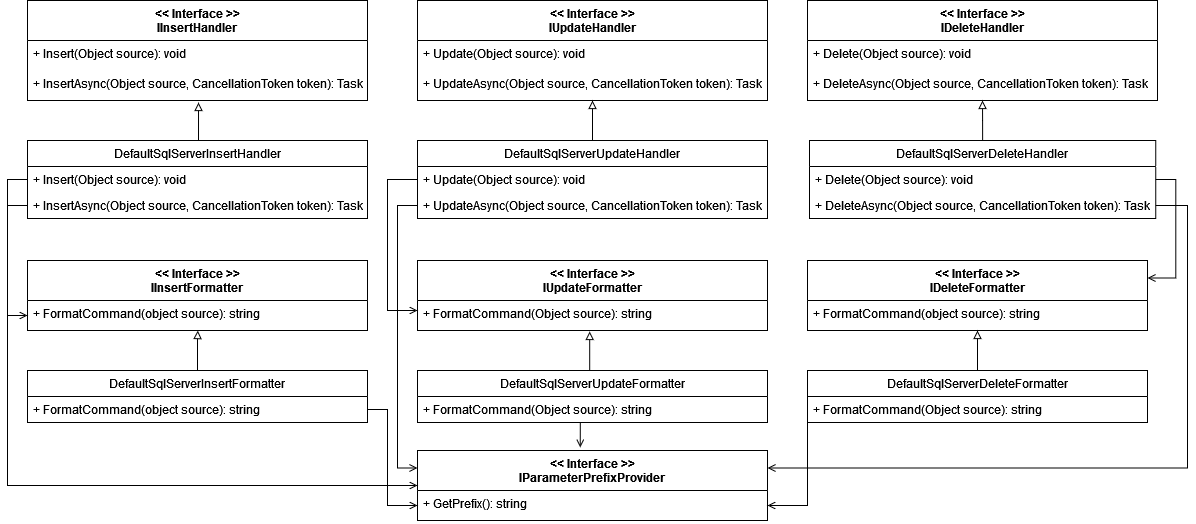
This is Uml/class_persistency.png from entityMT/entityMT, a draw.io export, as it was before one commit. Source tidied: cells renumbered, new cells last; positions are measured from the earlier drawing's top-left corner, leaving out a move shared by most shapes.
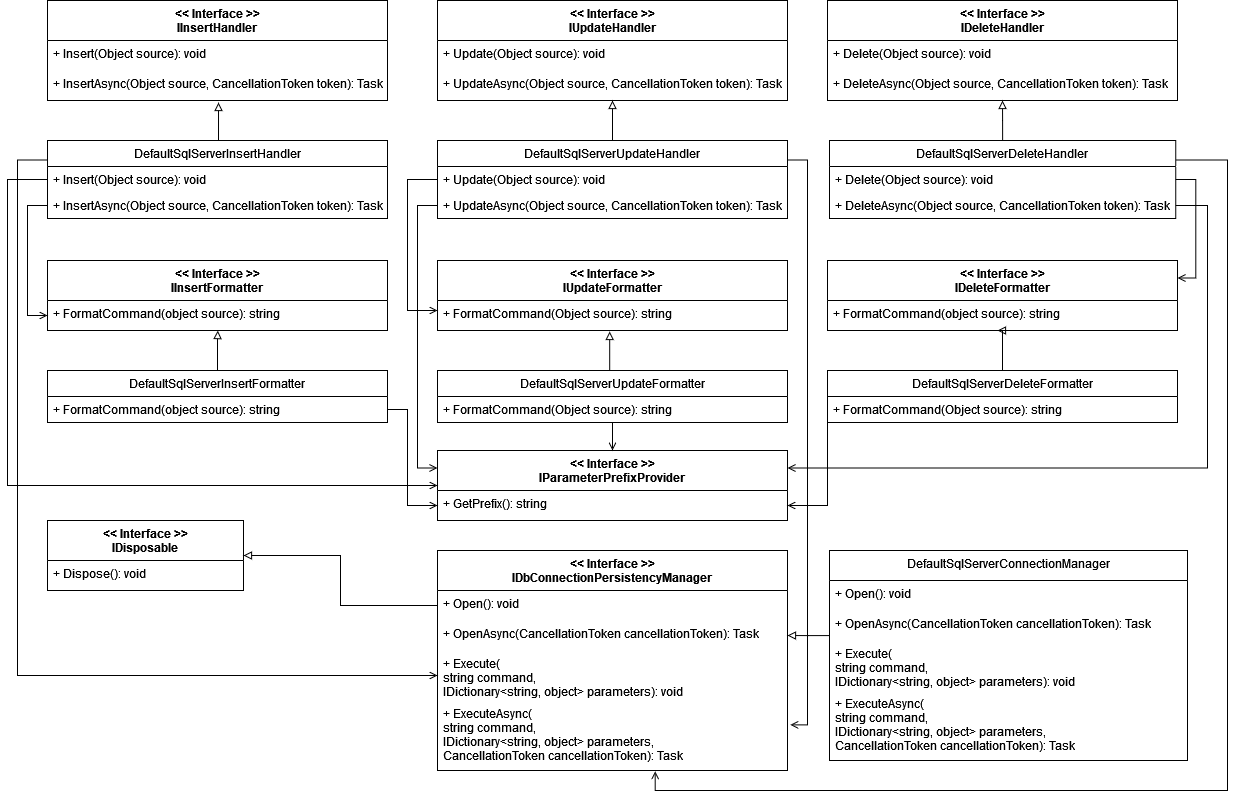
After the commit.

Commit message:
Refresh uml diagrams

The edit, as a diff of the source:
```diff
@@ -32,6 +32,14 @@
     <mxCell id="11" style="edgeStyle=orthogonalEdgeStyle;rounded=0;jettySize=auto;html=1;exitX=0.5;exitY=0;exitDx=0;exitDy=0;entryX=0.503;entryY=1.067;entryDx=0;entryDy=0;entryPerimeter=0;endArrow=block;endFill=0;" parent="1" edge="1" source="12" target="4">
       <mxGeometry relative="1" as="geometry" />
     </mxCell>
+    <mxCell id="49" style="edgeStyle=orthogonalEdgeStyle;rounded=0;jettySize=auto;html=1;exitX=0;exitY=0.25;exitDx=0;exitDy=0;endArrow=open;endFill=0;" parent="1" edge="1" source="12" target="55">
+      <mxGeometry relative="1" as="geometry">
+        <Array as="points">
+          <mxPoint x="-10" y="159" />
+          <mxPoint x="-10" y="675" />
+        </Array>
+      </mxGeometry>
+    </mxCell>
     <mxCell id="12" value="DefaultSqlServerInsertHandler" style="swimlane;fontStyle=0;horizontal=1;startSize=26;fillColor=none;" parent="1" vertex="1">
       <mxGeometry x="20" y="140" width="340" height="78" as="geometry" />
     </mxCell>
@@ -44,6 +52,15 @@
     <mxCell id="15" style="edgeStyle=orthogonalEdgeStyle;rounded=0;jettySize=auto;html=1;exitX=0.5;exitY=0;exitDx=0;exitDy=0;endArrow=block;endFill=0;entryX=0.5;entryY=1;entryDx=0;entryDy=0;" parent="1" edge="1" source="16" target="8">
       <mxGeometry relative="1" as="geometry" />
     </mxCell>
+    <mxCell id="50" style="edgeStyle=orthogonalEdgeStyle;rounded=0;jettySize=auto;html=1;exitX=1;exitY=0.25;exitDx=0;exitDy=0;endArrow=open;endFill=0;entryX=0.622;entryY=1.011;entryDx=0;entryDy=0;entryPerimeter=0;" parent="1" edge="1" source="16" target="56">
+      <mxGeometry relative="1" as="geometry">
+        <Array as="points">
+          <mxPoint x="1200" y="159" />
+          <mxPoint x="1200" y="790" />
+          <mxPoint x="628" y="790" />
+        </Array>
+      </mxGeometry>
+    </mxCell>
     <mxCell id="16" value="DefaultSqlServerDeleteHandler" style="swimlane;fontStyle=0;horizontal=1;startSize=26;fillColor=none;" parent="1" vertex="1">
       <mxGeometry x="802" y="140" width="346.2" height="78" as="geometry" />
     </mxCell>
@@ -62,6 +79,9 @@
     <mxCell id="21" style="edgeStyle=orthogonalEdgeStyle;rounded=0;jettySize=auto;html=1;exitX=0.5;exitY=0;exitDx=0;exitDy=0;entryX=0.5;entryY=1;entryDx=0;entryDy=0;entryPerimeter=0;endArrow=block;endFill=0;" parent="1" edge="1" source="22" target="7">
       <mxGeometry relative="1" as="geometry" />
     </mxCell>
+    <mxCell id="51" style="edgeStyle=orthogonalEdgeStyle;rounded=0;jettySize=auto;html=1;exitX=1;exitY=0.25;exitDx=0;exitDy=0;entryX=1.008;entryY=0.348;entryDx=0;entryDy=0;entryPerimeter=0;endArrow=open;endFill=0;" parent="1" edge="1" source="22" target="56">
+      <mxGeometry relative="1" as="geometry" />
+    </mxCell>
     <mxCell id="22" value="DefaultSqlServerUpdateHandler" style="swimlane;fontStyle=0;horizontal=1;startSize=26;fillColor=none;" parent="1" vertex="1">
       <mxGeometry x="410" y="140" width="350" height="78" as="geometry" />
     </mxCell>
@@ -72,10 +92,10 @@
       <mxGeometry y="52" width="350" height="26" as="geometry" />
     </mxCell>
     <mxCell id="25" value="&lt;&lt; Interface &gt;&gt;&#10;IDeleteFormatter&#10;" style="swimlane;fontStyle=1;align=center;verticalAlign=top;horizontal=1;startSize=40;" parent="1" vertex="1">
-      <mxGeometry x="800" y="260" width="340" height="70" as="geometry" />
+      <mxGeometry x="800" y="260" width="350" height="70" as="geometry" />
     </mxCell>
     <mxCell id="26" value="+ FormatCommand(object source): string" style="text;strokeColor=none;fillColor=none;align=left;verticalAlign=top;spacingLeft=4;spacingRight=4;overflow=hidden;" parent="25" vertex="1">
-      <mxGeometry y="40" width="340" height="30" as="geometry" />
+      <mxGeometry y="40" width="350" height="30" as="geometry" />
     </mxCell>
     <mxCell id="27" value="&lt;&lt; Interface &gt;&gt;&#10;IInsertFormatter&#10;" style="swimlane;fontStyle=1;align=center;verticalAlign=top;horizontal=1;startSize=40;" parent="1" vertex="1">
       <mxGeometry x="20" y="260" width="340" height="70" as="geometry" />
@@ -114,7 +134,7 @@
     <mxCell id="35" style="edgeStyle=orthogonalEdgeStyle;rounded=0;jettySize=auto;html=1;exitX=0.5;exitY=0;exitDx=0;exitDy=0;entryX=0.492;entryY=1.033;entryDx=0;entryDy=0;entryPerimeter=0;endArrow=block;endFill=0;" parent="1" edge="1" source="37" target="30">
       <mxGeometry relative="1" as="geometry" />
     </mxCell>
-    <mxCell id="36" style="edgeStyle=orthogonalEdgeStyle;rounded=0;jettySize=auto;html=1;exitX=0.5;exitY=1;exitDx=0;exitDy=0;entryX=0.465;entryY=-0.043;entryDx=0;entryDy=0;entryPerimeter=0;endArrow=open;endFill=0;" parent="1" edge="1" source="37" target="19">
+    <mxCell id="36" style="edgeStyle=orthogonalEdgeStyle;rounded=0;jettySize=auto;html=1;exitX=0.5;exitY=1;exitDx=0;exitDy=0;entryX=0.5;entryY=0;entryDx=0;entryDy=0;endArrow=open;endFill=0;" parent="1" edge="1" source="37" target="19">
       <mxGeometry relative="1" as="geometry" />
     </mxCell>
     <mxCell id="37" value="DefaultSqlServerUpdateFormatter" style="swimlane;fontStyle=0;horizontal=1;startSize=26;fillColor=none;" parent="1" vertex="1">
@@ -132,10 +152,10 @@
       </mxGeometry>
     </mxCell>
     <mxCell id="40" value="DefaultSqlServerDeleteFormatter" style="swimlane;fontStyle=0;horizontal=1;startSize=26;fillColor=none;" parent="1" vertex="1">
-      <mxGeometry x="800" y="370" width="340" height="52" as="geometry" />
+      <mxGeometry x="800" y="370" width="350" height="52" as="geometry" />
     </mxCell>
     <mxCell id="41" value="+ FormatCommand(Object source): string" style="text;strokeColor=none;fillColor=none;align=left;verticalAlign=top;spacingLeft=4;spacingRight=4;overflow=hidden;points=[[0,0.5],[1,0.5]];portConstraint=eastwest;" parent="40" vertex="1">
-      <mxGeometry y="26" width="340" height="26" as="geometry" />
+      <mxGeometry y="26" width="350" height="26" as="geometry" />
     </mxCell>
     <mxCell id="42" style="edgeStyle=orthogonalEdgeStyle;rounded=0;jettySize=auto;html=1;exitX=0;exitY=0.5;exitDx=0;exitDy=0;entryX=1;entryY=0.5;entryDx=0;entryDy=0;endArrow=open;endFill=0;" parent="1" edge="1" source="41" target="20">
       <mxGeometry relative="1" as="geometry">
@@ -151,8 +171,8 @@
     <mxCell id="44" style="edgeStyle=orthogonalEdgeStyle;rounded=0;jettySize=auto;html=1;exitX=0;exitY=0.5;exitDx=0;exitDy=0;entryX=0;entryY=0.5;entryDx=0;entryDy=0;endArrow=open;endFill=0;" parent="1" edge="1" source="13" target="19">
       <mxGeometry relative="1" as="geometry">
         <Array as="points">
-          <mxPoint y="179" />
-          <mxPoint y="485" />
+          <mxPoint x="-20" y="179" />
+          <mxPoint x="-20" y="485" />
         </Array>
       </mxGeometry>
     </mxCell>
@@ -180,5 +200,47 @@
         </Array>
       </mxGeometry>
     </mxCell>
+    <mxCell id="52" value="&lt;&lt; Interface &gt;&gt;&#10;IDbConnectionPersistencyManager&#10;&#10;" style="swimlane;fontStyle=1;align=center;verticalAlign=top;horizontal=1;startSize=40;" parent="1" vertex="1">
+      <mxGeometry x="410" y="550" width="350" height="220" as="geometry" />
+    </mxCell>
+    <mxCell id="53" value="+ Open(): void&#10;" style="text;strokeColor=none;fillColor=none;align=left;verticalAlign=top;spacingLeft=4;spacingRight=4;overflow=hidden;points=[[0,0.5],[1,0.5]];portConstraint=eastwest;" parent="52" vertex="1">
+      <mxGeometry y="40" width="350" height="30" as="geometry" />
+    </mxCell>
+    <mxCell id="54" value="+ OpenAsync(CancellationToken cancellationToken): Task&#10;" style="text;strokeColor=none;fillColor=none;align=left;verticalAlign=top;spacingLeft=4;spacingRight=4;overflow=hidden;points=[[0,0.5],[1,0.5]];portConstraint=eastwest;" parent="52" vertex="1">
+      <mxGeometry y="70" width="350" height="30" as="geometry" />
+    </mxCell>
+    <mxCell id="55" value="+ Execute(&#10;string command,&#10;IDictionary&lt;string, object&gt; parameters): void&#10;" style="text;strokeColor=none;fillColor=none;align=left;verticalAlign=top;spacingLeft=4;spacingRight=4;overflow=hidden;points=[[0,0.5],[1,0.5]];portConstraint=eastwest;" parent="52" vertex="1">
+      <mxGeometry y="100" width="350" height="50" as="geometry" />
+    </mxCell>
+    <mxCell id="56" value="+ ExecuteAsync(&#10;string command,&#10;IDictionary&lt;string, object&gt; parameters,&#10;CancellationToken cancellationToken): Task&#10;" style="text;strokeColor=none;fillColor=none;align=left;verticalAlign=top;spacingLeft=4;spacingRight=4;overflow=hidden;points=[[0,0.5],[1,0.5]];portConstraint=eastwest;" parent="52" vertex="1">
+      <mxGeometry y="150" width="350" height="70" as="geometry" />
+    </mxCell>
+    <mxCell id="57" value="DefaultSqlServerConnectionManager" style="swimlane;fontStyle=0;align=center;verticalAlign=top;horizontal=1;startSize=30;" parent="1" vertex="1">
+      <mxGeometry x="802" y="550" width="358" height="210" as="geometry" />
+    </mxCell>
+    <mxCell id="58" value="+ Open(): void&#10;" style="text;strokeColor=none;fillColor=none;align=left;verticalAlign=top;spacingLeft=4;spacingRight=4;overflow=hidden;" parent="57" vertex="1">
+      <mxGeometry y="30" width="358" height="30" as="geometry" />
+    </mxCell>
+    <mxCell id="59" value="+ OpenAsync(CancellationToken cancellationToken): Task&#10;" style="text;strokeColor=none;fillColor=none;align=left;verticalAlign=top;spacingLeft=4;spacingRight=4;overflow=hidden;points=[[0,0.5],[1,0.5]];portConstraint=eastwest;" parent="57" vertex="1">
+      <mxGeometry y="60" width="358" height="30" as="geometry" />
+    </mxCell>
+    <mxCell id="60" value="+ Execute(&#10;string command,&#10;IDictionary&lt;string, object&gt; parameters): void&#10;" style="text;strokeColor=none;fillColor=none;align=left;verticalAlign=top;spacingLeft=4;spacingRight=4;overflow=hidden;" parent="57" vertex="1">
+      <mxGeometry y="90" width="358" height="50" as="geometry" />
+    </mxCell>
+    <mxCell id="61" value="+ ExecuteAsync(&#10;string command,&#10;IDictionary&lt;string, object&gt; parameters,&#10;CancellationToken cancellationToken): Task&#10;" style="text;strokeColor=none;fillColor=none;align=left;verticalAlign=top;spacingLeft=4;spacingRight=4;overflow=hidden;" parent="57" vertex="1">
+      <mxGeometry y="140" width="358" height="70" as="geometry" />
+    </mxCell>
+    <mxCell id="62" style="edgeStyle=orthogonalEdgeStyle;rounded=0;jettySize=auto;html=1;exitX=-0.001;exitY=0.836;exitDx=0;exitDy=0;endArrow=block;endFill=0;exitPerimeter=0;" parent="1" edge="1" source="59" target="54">
+      <mxGeometry relative="1" as="geometry" />
+    </mxCell>
+    <mxCell id="63" value="&lt;&lt; Interface &gt;&gt;&#10;IDisposable&#10;&#10;" style="swimlane;fontStyle=1;align=center;verticalAlign=top;horizontal=1;startSize=40;" parent="1" vertex="1">
+      <mxGeometry x="20" y="520" width="196" height="70" as="geometry" />
+    </mxCell>
+    <mxCell id="64" value="+ Dispose(): void&#10;" style="text;strokeColor=none;fillColor=none;align=left;verticalAlign=top;spacingLeft=4;spacingRight=4;overflow=hidden;" parent="63" vertex="1">
+      <mxGeometry y="40" width="196" height="30" as="geometry" />
+    </mxCell>
+    <mxCell id="65" style="edgeStyle=orthogonalEdgeStyle;rounded=0;jettySize=auto;html=1;exitX=0;exitY=0.5;exitDx=0;exitDy=0;entryX=1;entryY=0.5;entryDx=0;entryDy=0;endArrow=block;endFill=0;" parent="1" edge="1" source="53" target="63">
+      <mxGeometry relative="1" as="geometry" />
+    </mxCell>
   </root>
 </mxGraphModel>
```
